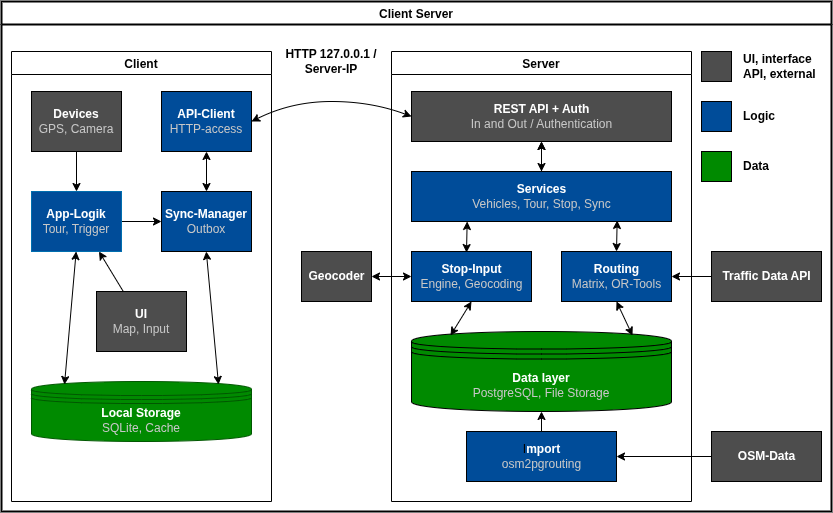
Before: docs/architecture/data-architecture.drawio.png, a diagram exported from draw.io (gabrielbindi/VoBi-Tour). Source tidied: cells renumbered, new cells last; positions are measured from the earlier drawing's top-left corner, leaving out a move shared by most shapes. Its diagram source:
```xml
<mxGraphModel background="#FFFFFF">
  <root>
    <mxCell id="0" />
    <mxCell id="1" parent="0" />
    <mxCell id="2" value="Client Server" style="swimlane;rounded=0;strokeWidth=2;swimlaneLine=1;strokeColor=#000000;" parent="1" vertex="1">
      <mxGeometry width="830" height="510" as="geometry" />
    </mxCell>
    <mxCell id="3" value="Server" style="swimlane;strokeColor=#000000;" parent="2" vertex="1">
      <mxGeometry x="390" y="50" width="300" height="450" as="geometry" />
    </mxCell>
    <mxCell id="4" value="&lt;b&gt;&lt;font color=&quot;#ffffff&quot;&gt;REST API + Auth&lt;/font&gt;&lt;/b&gt;&lt;br&gt;&lt;font color=&quot;#c7c7c7&quot;&gt;In and Out / Authentication&lt;/font&gt;" style="html=1;fillColor=#4D4D4D;" parent="3" vertex="1">
      <mxGeometry x="20" y="40" width="260" height="50" as="geometry" />
    </mxCell>
    <mxCell id="5" value="&lt;font color=&quot;#ffffff&quot;&gt;&lt;b&gt;Routing&lt;/b&gt;&lt;/font&gt;&lt;br&gt;&lt;font color=&quot;#c7c7c7&quot;&gt;Matrix, OR-Tools&lt;/font&gt;" style="html=1;fillColor=#004C99;" parent="3" vertex="1">
      <mxGeometry x="170" y="200" width="110" height="50" as="geometry" />
    </mxCell>
    <mxCell id="6" value="&lt;font color=&quot;#ffffff&quot;&gt;&lt;b&gt;Data layer&lt;/b&gt;&lt;/font&gt;&lt;br&gt;&lt;font color=&quot;#c7c7c7&quot;&gt;PostgreSQL, File Storage&lt;/font&gt;" style="shape=datastore;whiteSpace=wrap;html=1;fillColor=#008A00;" parent="3" vertex="1">
      <mxGeometry x="20" y="280" width="260" height="80" as="geometry" />
    </mxCell>
    <mxCell id="7" style="endArrow=classic;startArrow=classic;html=1;entryX=0.5;entryY=1;entryDx=0;entryDy=0;exitX=0.85;exitY=0.05;exitDx=0;exitDy=0;strokeColor=#000000;exitPerimeter=0;" parent="3" edge="1" source="6" target="5">
      <mxGeometry relative="1" as="geometry" />
    </mxCell>
    <mxCell id="8" style="edgeStyle=none;html=1;fontColor=#C7C7C7;" parent="3" edge="1" source="9" target="4">
      <mxGeometry relative="1" as="geometry" />
    </mxCell>
    <mxCell id="9" value="&lt;b&gt;&lt;font color=&quot;#ffffff&quot;&gt;Services&lt;/font&gt;&lt;/b&gt;&lt;br&gt;&lt;font color=&quot;#c7c7c7&quot;&gt;Vehicles, Tour, Stop, Sync&lt;/font&gt;" style="html=1;fillColor=#004C99;" parent="3" vertex="1">
      <mxGeometry x="20" y="120" width="260" height="50" as="geometry" />
    </mxCell>
    <mxCell id="10" style="endArrow=classic;startArrow=classic;html=1;strokeColor=#000000;fontColor=#C7C7C7;entryX=0.791;entryY=0.979;entryDx=0;entryDy=0;exitX=0.5;exitY=0;exitDx=0;exitDy=0;entryPerimeter=0;" parent="3" edge="1" source="5" target="9">
      <mxGeometry relative="1" as="geometry" />
    </mxCell>
    <mxCell id="11" style="endArrow=classic;startArrow=classic;html=1;strokeColor=#000000;fontColor=#C7C7C7;entryX=0.5;entryY=1;entryDx=0;entryDy=0;exitX=0.5;exitY=0;exitDx=0;exitDy=0;" parent="3" edge="1" source="9" target="4">
      <mxGeometry relative="1" as="geometry" />
    </mxCell>
    <mxCell id="12" style="edgeStyle=none;html=1;strokeColor=#000000;fontColor=#C7C7C7;endArrow=classic;endFill=1;exitX=0.5;exitY=0;exitDx=0;exitDy=0;entryX=0.5;entryY=1;entryDx=0;entryDy=0;" parent="3" edge="1" source="13" target="6">
      <mxGeometry relative="1" as="geometry" />
    </mxCell>
    <mxCell id="13" value="I&lt;b&gt;&lt;font color=&quot;#ffffff&quot;&gt;mport&lt;/font&gt;&lt;/b&gt;&lt;br&gt;&lt;font color=&quot;#c7c7c7&quot;&gt;osm2pgrouting&lt;/font&gt;" style="html=1;fillColor=#004C99;" parent="3" vertex="1">
      <mxGeometry x="75" y="380" width="150" height="50" as="geometry" />
    </mxCell>
    <mxCell id="14" value="&lt;font color=&quot;#ffffff&quot;&gt;&lt;b&gt;Stop-Input&lt;/b&gt;&lt;/font&gt;&lt;br&gt;&lt;font color=&quot;#c7c7c7&quot;&gt;Engine, Geocoding&lt;/font&gt;" style="html=1;fillColor=#004C99;" parent="3" vertex="1">
      <mxGeometry x="20" y="200" width="120" height="50" as="geometry" />
    </mxCell>
    <mxCell id="15" style="endArrow=classic;startArrow=classic;html=1;strokeColor=#000000;fontColor=#C7C7C7;entryX=0.791;entryY=0.979;entryDx=0;entryDy=0;exitX=0.5;exitY=0;exitDx=0;exitDy=0;entryPerimeter=0;" parent="3" edge="1">
      <mxGeometry relative="1" as="geometry">
        <mxPoint x="75" y="201.1" as="sourcePoint" />
        <mxPoint x="75.7" y="170" as="targetPoint" />
      </mxGeometry>
    </mxCell>
    <mxCell id="16" style="endArrow=classic;startArrow=classic;html=1;entryX=0.5;entryY=1;entryDx=0;entryDy=0;exitX=0.15;exitY=0.05;exitDx=0;exitDy=0;strokeColor=#000000;exitPerimeter=0;" parent="3" edge="1" source="6" target="14">
      <mxGeometry relative="1" as="geometry" />
    </mxCell>
    <mxCell id="17" value="Client" style="swimlane;strokeColor=#000000;" parent="2" vertex="1">
      <mxGeometry x="10" y="50" width="260" height="450" as="geometry" />
    </mxCell>
    <mxCell id="18" value="&lt;b&gt;&lt;font color=&quot;#ffffff&quot;&gt;API-Client&lt;/font&gt;&lt;/b&gt;&lt;br&gt;&lt;font color=&quot;#c7c7c7&quot;&gt;HTTP-access&lt;/font&gt;" style="rounded=0;whiteSpace=wrap;html=1;fillColor=#004C99;" parent="17" vertex="1">
      <mxGeometry x="150" y="40" width="90" height="60" as="geometry" />
    </mxCell>
    <mxCell id="19" value="&lt;b&gt;Local Storage&lt;/b&gt;&lt;br&gt;&lt;font color=&quot;#c7c7c7&quot;&gt;SQLite, Cache&lt;/font&gt;" style="shape=datastore;whiteSpace=wrap;html=1;fillColor=#008a00;fontColor=#ffffff;strokeColor=#005700;" parent="17" vertex="1">
      <mxGeometry x="20" y="330" width="220" height="60" as="geometry" />
    </mxCell>
    <mxCell id="20" style="edgeStyle=none;html=1;strokeColor=#000000;" parent="17" edge="1" source="21" target="26">
      <mxGeometry relative="1" as="geometry" />
    </mxCell>
    <mxCell id="21" value="&lt;b&gt;&lt;font color=&quot;#ffffff&quot;&gt;App-Logik&lt;/font&gt;&lt;/b&gt;&lt;br&gt;&lt;font color=&quot;#c7c7c7&quot;&gt;Tour, Trigger&lt;/font&gt;" style="rounded=0;whiteSpace=wrap;html=1;fillColor=#004C99;fontColor=#ffffff;strokeColor=#006EAF;" parent="17" vertex="1">
      <mxGeometry x="20" y="140" width="90" height="60" as="geometry" />
    </mxCell>
    <mxCell id="22" style="edgeStyle=none;html=1;strokeColor=#000000;entryX=0.75;entryY=1;entryDx=0;entryDy=0;" parent="17" edge="1" source="23" target="21">
      <mxGeometry relative="1" as="geometry" />
    </mxCell>
    <mxCell id="23" value="&lt;b&gt;&lt;font color=&quot;#ffffff&quot;&gt;UI&lt;/font&gt;&lt;/b&gt;&lt;br&gt;&lt;font color=&quot;#c7c7c7&quot;&gt;Map, Input&lt;/font&gt;" style="rounded=0;whiteSpace=wrap;html=1;fillColor=#4D4D4D;" parent="17" vertex="1">
      <mxGeometry x="85" y="240" width="90" height="60" as="geometry" />
    </mxCell>
    <mxCell id="24" style="edgeStyle=none;html=1;strokeColor=#000000;" parent="17" edge="1" source="25" target="21">
      <mxGeometry relative="1" as="geometry" />
    </mxCell>
    <mxCell id="25" value="&lt;font color=&quot;#ffffff&quot;&gt;&lt;b&gt;Devices&lt;/b&gt;&lt;/font&gt;&lt;br&gt;&lt;font color=&quot;#c7c7c7&quot;&gt;GPS, Camera&lt;/font&gt;" style="rounded=0;whiteSpace=wrap;html=1;fillColor=#4D4D4D;" parent="17" vertex="1">
      <mxGeometry x="20" y="40" width="90" height="60" as="geometry" />
    </mxCell>
    <mxCell id="26" value="&lt;font color=&quot;#ffffff&quot;&gt;&lt;b&gt;Sync-Manager&lt;/b&gt;&lt;/font&gt;&lt;br&gt;&lt;font color=&quot;#c7c7c7&quot;&gt;Outbox&lt;/font&gt;" style="rounded=0;whiteSpace=wrap;html=1;fillColor=#004C99;" parent="17" vertex="1">
      <mxGeometry x="150" y="140" width="90" height="60" as="geometry" />
    </mxCell>
    <mxCell id="27" style="endArrow=classic;startArrow=classic;html=1;entryX=0.5;entryY=1;entryDx=0;entryDy=0;exitX=0.5;exitY=0;exitDx=0;exitDy=0;strokeColor=#000000;" parent="17" edge="1" source="26" target="18">
      <mxGeometry relative="1" as="geometry" />
    </mxCell>
    <mxCell id="28" style="endArrow=classic;startArrow=classic;html=1;entryX=0.5;entryY=1;entryDx=0;entryDy=0;exitX=0.85;exitY=0.05;exitDx=0;exitDy=0;strokeColor=#000000;exitPerimeter=0;" parent="17" edge="1" source="19">
      <mxGeometry relative="1" as="geometry">
        <mxPoint x="194.8" y="200" as="targetPoint" />
      </mxGeometry>
    </mxCell>
    <mxCell id="29" style="endArrow=classic;startArrow=classic;html=1;entryX=0.5;entryY=1;entryDx=0;entryDy=0;exitX=0.15;exitY=0.05;exitDx=0;exitDy=0;strokeColor=#000000;exitPerimeter=0;" parent="17" edge="1" source="19">
      <mxGeometry relative="1" as="geometry">
        <mxPoint x="64.7" y="200" as="targetPoint" />
      </mxGeometry>
    </mxCell>
    <mxCell id="30" style="curved=1;endArrow=classic;html=1;exitX=0;exitY=0.5;exitDx=0;exitDy=0;entryX=1;entryY=0.5;entryDx=0;entryDy=0;strokeColor=#000000;endFill=1;startArrow=classic;startFill=1;" parent="2" edge="1" source="4" target="18">
      <mxGeometry x="0.12" y="-7.13" relative="1" as="geometry">
        <Array as="points">
          <mxPoint x="370" y="100" />
          <mxPoint x="290" y="100" />
        </Array>
      </mxGeometry>
    </mxCell>
    <mxCell id="31" value="&lt;font color=&quot;#000000&quot;&gt;&lt;b&gt;HTTP 127.0.0.1 / Server-IP&lt;/b&gt;&lt;/font&gt;" style="text;html=1;align=center;verticalAlign=middle;whiteSpace=wrap;rounded=0;" parent="2" vertex="1">
      <mxGeometry x="270" y="30" width="120" height="60" as="geometry" />
    </mxCell>
    <mxCell id="32" value="&lt;b&gt;&lt;font color=&quot;#ffffff&quot;&gt;Traffic Data API&lt;/font&gt;&lt;/b&gt;" style="html=1;fillColor=#4D4D4D;" parent="2" vertex="1">
      <mxGeometry x="710" y="250" width="110" height="50" as="geometry" />
    </mxCell>
    <mxCell id="33" style="endArrow=classic;html=1;entryX=1;entryY=0.5;entryDx=0;entryDy=0;strokeColor=#000000;exitX=0;exitY=0.5;exitDx=0;exitDy=0;" parent="2" edge="1" source="32" target="5">
      <mxGeometry relative="1" as="geometry" />
    </mxCell>
    <mxCell id="34" style="edgeStyle=none;html=1;strokeColor=#000000;" parent="2" edge="1" source="35" target="13">
      <mxGeometry relative="1" as="geometry" />
    </mxCell>
    <mxCell id="35" value="&lt;font color=&quot;#ffffff&quot;&gt;&lt;b&gt;OSM-Data&lt;/b&gt;&lt;/font&gt;" style="html=1;fillColor=#4D4D4D;" parent="2" vertex="1">
      <mxGeometry x="710" y="430" width="110" height="50" as="geometry" />
    </mxCell>
    <mxCell id="36" value="&lt;b&gt;&lt;font color=&quot;#ffffff&quot;&gt;Geocoder&lt;/font&gt;&lt;/b&gt;" style="html=1;fillColor=#4D4D4D;" parent="2" vertex="1">
      <mxGeometry x="300" y="250" width="70" height="50" as="geometry" />
    </mxCell>
    <mxCell id="37" style="whiteSpace=wrap;html=1;fillColor=#4D4D4D;" parent="2" vertex="1">
      <mxGeometry x="700" y="50" width="30" height="30" as="geometry" />
    </mxCell>
    <mxCell id="38" style="whiteSpace=wrap;html=1;fillColor=#004C99;" parent="2" vertex="1">
      <mxGeometry x="700" y="100" width="30" height="30" as="geometry" />
    </mxCell>
    <mxCell id="39" style="whiteSpace=wrap;html=1;fillColor=#008A00;" parent="2" vertex="1">
      <mxGeometry x="700" y="150" width="30" height="30" as="geometry" />
    </mxCell>
    <mxCell id="40" value="&lt;b&gt;UI, interface API, external&lt;/b&gt;" style="text;html=1;strokeColor=none;fillColor=none;align=left;verticalAlign=middle;whiteSpace=wrap;rounded=0;fontColor=#000000;" parent="2" vertex="1">
      <mxGeometry x="740" y="50" width="90" height="30" as="geometry" />
    </mxCell>
    <mxCell id="41" value="&lt;b&gt;Logic&lt;/b&gt;" style="text;html=1;strokeColor=none;fillColor=none;align=left;verticalAlign=middle;whiteSpace=wrap;rounded=0;fontColor=#000000;" parent="2" vertex="1">
      <mxGeometry x="740" y="100" width="90" height="30" as="geometry" />
    </mxCell>
    <mxCell id="42" value="&lt;b&gt;Data&lt;/b&gt;" style="text;html=1;strokeColor=none;fillColor=none;align=left;verticalAlign=middle;whiteSpace=wrap;rounded=0;fontColor=#000000;" parent="2" vertex="1">
      <mxGeometry x="740" y="150" width="90" height="30" as="geometry" />
    </mxCell>
    <mxCell id="43" style="endArrow=classic;startArrow=classic;html=1;strokeColor=#000000;fontColor=#C7C7C7;entryX=1;entryY=0.5;entryDx=0;entryDy=0;" parent="2" edge="1" source="14" target="36">
      <mxGeometry relative="1" as="geometry" />
    </mxCell>
  </root>
</mxGraphModel>
```
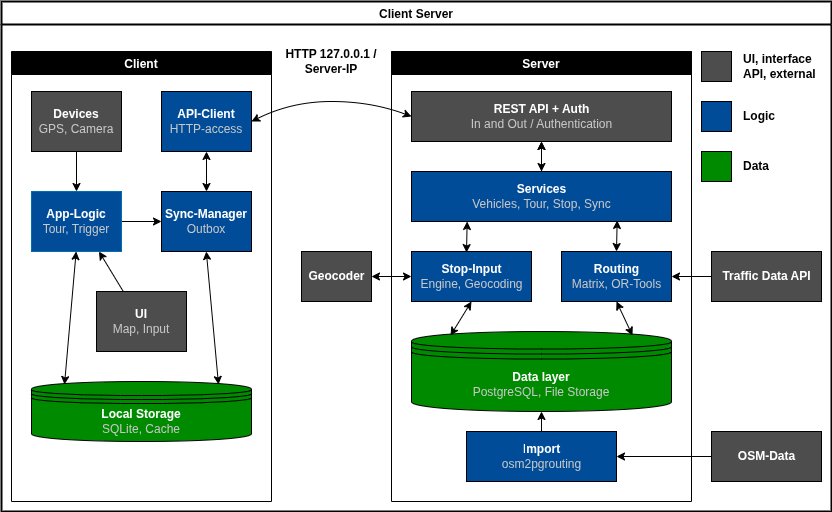
Above is the later version.

Commit message:
#18 Finish Client

Diff of the diagram source:
```diff
@@ -5,7 +5,7 @@
     <mxCell id="2" value="Client Server" style="swimlane;rounded=0;strokeWidth=2;swimlaneLine=1;strokeColor=#000000;" parent="1" vertex="1">
       <mxGeometry width="830" height="510" as="geometry" />
     </mxCell>
-    <mxCell id="3" value="Server" style="swimlane;strokeColor=#000000;" parent="2" vertex="1">
+    <mxCell id="3" value="Server" style="swimlane;strokeColor=#000000;fillColor=#000000;fontColor=#FFFFFF;" parent="2" vertex="1">
       <mxGeometry x="390" y="50" width="300" height="450" as="geometry" />
     </mxCell>
     <mxCell id="4" value="&lt;b&gt;&lt;font color=&quot;#ffffff&quot;&gt;REST API + Auth&lt;/font&gt;&lt;/b&gt;&lt;br&gt;&lt;font color=&quot;#c7c7c7&quot;&gt;In and Out / Authentication&lt;/font&gt;" style="html=1;fillColor=#4D4D4D;" parent="3" vertex="1">
@@ -14,7 +14,7 @@
     <mxCell id="5" value="&lt;font color=&quot;#ffffff&quot;&gt;&lt;b&gt;Routing&lt;/b&gt;&lt;/font&gt;&lt;br&gt;&lt;font color=&quot;#c7c7c7&quot;&gt;Matrix, OR-Tools&lt;/font&gt;" style="html=1;fillColor=#004C99;" parent="3" vertex="1">
       <mxGeometry x="170" y="200" width="110" height="50" as="geometry" />
     </mxCell>
-    <mxCell id="6" value="&lt;font color=&quot;#ffffff&quot;&gt;&lt;b&gt;Data layer&lt;/b&gt;&lt;/font&gt;&lt;br&gt;&lt;font color=&quot;#c7c7c7&quot;&gt;PostgreSQL, File Storage&lt;/font&gt;" style="shape=datastore;whiteSpace=wrap;html=1;fillColor=#008A00;" parent="3" vertex="1">
+    <mxCell id="6" value="&lt;font color=&quot;#ffffff&quot;&gt;&lt;b&gt;Data layer&lt;/b&gt;&lt;/font&gt;&lt;br&gt;&lt;font color=&quot;#c7c7c7&quot;&gt;PostgreSQL, File Storage&lt;/font&gt;" style="shape=datastore;whiteSpace=wrap;html=1;fillColor=#008A00;strokeColor=#000000;" parent="3" vertex="1">
       <mxGeometry x="20" y="280" width="260" height="80" as="geometry" />
     </mxCell>
     <mxCell id="7" style="endArrow=classic;startArrow=classic;html=1;entryX=0.5;entryY=1;entryDx=0;entryDy=0;exitX=0.85;exitY=0.05;exitDx=0;exitDy=0;strokeColor=#000000;exitPerimeter=0;" parent="3" edge="1" source="6" target="5">
@@ -35,7 +35,7 @@
     <mxCell id="12" style="edgeStyle=none;html=1;strokeColor=#000000;fontColor=#C7C7C7;endArrow=classic;endFill=1;exitX=0.5;exitY=0;exitDx=0;exitDy=0;entryX=0.5;entryY=1;entryDx=0;entryDy=0;" parent="3" edge="1" source="13" target="6">
       <mxGeometry relative="1" as="geometry" />
     </mxCell>
-    <mxCell id="13" value="I&lt;b&gt;&lt;font color=&quot;#ffffff&quot;&gt;mport&lt;/font&gt;&lt;/b&gt;&lt;br&gt;&lt;font color=&quot;#c7c7c7&quot;&gt;osm2pgrouting&lt;/font&gt;" style="html=1;fillColor=#004C99;" parent="3" vertex="1">
+    <mxCell id="13" value="&lt;font color=&quot;#ffffff&quot;&gt;&lt;font style=&quot;&quot;&gt;I&lt;/font&gt;&lt;font style=&quot;font-weight: bold;&quot;&gt;mport&lt;/font&gt;&lt;br&gt;&lt;/font&gt;&lt;font color=&quot;#c7c7c7&quot;&gt;osm2pgrouting&lt;/font&gt;" style="html=1;fillColor=#004C99;" parent="3" vertex="1">
       <mxGeometry x="75" y="380" width="150" height="50" as="geometry" />
     </mxCell>
     <mxCell id="14" value="&lt;font color=&quot;#ffffff&quot;&gt;&lt;b&gt;Stop-Input&lt;/b&gt;&lt;/font&gt;&lt;br&gt;&lt;font color=&quot;#c7c7c7&quot;&gt;Engine, Geocoding&lt;/font&gt;" style="html=1;fillColor=#004C99;" parent="3" vertex="1">
@@ -50,19 +50,19 @@
     <mxCell id="16" style="endArrow=classic;startArrow=classic;html=1;entryX=0.5;entryY=1;entryDx=0;entryDy=0;exitX=0.15;exitY=0.05;exitDx=0;exitDy=0;strokeColor=#000000;exitPerimeter=0;" parent="3" edge="1" source="6" target="14">
       <mxGeometry relative="1" as="geometry" />
     </mxCell>
-    <mxCell id="17" value="Client" style="swimlane;strokeColor=#000000;" parent="2" vertex="1">
+    <mxCell id="17" value="Client" style="swimlane;strokeColor=#000000;labelBackgroundColor=none;fillColor=#000000;startSize=23;fontColor=#FFFFFF;gradientColor=none;swimlaneFillColor=none;" parent="2" vertex="1">
       <mxGeometry x="10" y="50" width="260" height="450" as="geometry" />
     </mxCell>
     <mxCell id="18" value="&lt;b&gt;&lt;font color=&quot;#ffffff&quot;&gt;API-Client&lt;/font&gt;&lt;/b&gt;&lt;br&gt;&lt;font color=&quot;#c7c7c7&quot;&gt;HTTP-access&lt;/font&gt;" style="rounded=0;whiteSpace=wrap;html=1;fillColor=#004C99;" parent="17" vertex="1">
       <mxGeometry x="150" y="40" width="90" height="60" as="geometry" />
     </mxCell>
-    <mxCell id="19" value="&lt;b&gt;Local Storage&lt;/b&gt;&lt;br&gt;&lt;font color=&quot;#c7c7c7&quot;&gt;SQLite, Cache&lt;/font&gt;" style="shape=datastore;whiteSpace=wrap;html=1;fillColor=#008a00;fontColor=#ffffff;strokeColor=#005700;" parent="17" vertex="1">
+    <mxCell id="19" value="&lt;b&gt;Local Storage&lt;/b&gt;&lt;br&gt;&lt;font color=&quot;#c7c7c7&quot;&gt;SQLite, Cache&lt;/font&gt;" style="shape=datastore;whiteSpace=wrap;html=1;fillColor=#008a00;fontColor=#ffffff;strokeColor=#000000;" parent="17" vertex="1">
       <mxGeometry x="20" y="330" width="220" height="60" as="geometry" />
     </mxCell>
     <mxCell id="20" style="edgeStyle=none;html=1;strokeColor=#000000;" parent="17" edge="1" source="21" target="26">
       <mxGeometry relative="1" as="geometry" />
     </mxCell>
-    <mxCell id="21" value="&lt;b&gt;&lt;font color=&quot;#ffffff&quot;&gt;App-Logik&lt;/font&gt;&lt;/b&gt;&lt;br&gt;&lt;font color=&quot;#c7c7c7&quot;&gt;Tour, Trigger&lt;/font&gt;" style="rounded=0;whiteSpace=wrap;html=1;fillColor=#004C99;fontColor=#ffffff;strokeColor=#006EAF;" parent="17" vertex="1">
+    <mxCell id="21" value="&lt;b&gt;&lt;font color=&quot;#ffffff&quot;&gt;App-Logic&lt;/font&gt;&lt;/b&gt;&lt;br&gt;&lt;font color=&quot;#c7c7c7&quot;&gt;Tour, Trigger&lt;/font&gt;" style="rounded=0;whiteSpace=wrap;html=1;fillColor=#004C99;fontColor=#ffffff;strokeColor=#006EAF;" parent="17" vertex="1">
       <mxGeometry x="20" y="140" width="90" height="60" as="geometry" />
     </mxCell>
     <mxCell id="22" style="edgeStyle=none;html=1;strokeColor=#000000;entryX=0.75;entryY=1;entryDx=0;entryDy=0;" parent="17" edge="1" source="23" target="21">
```
